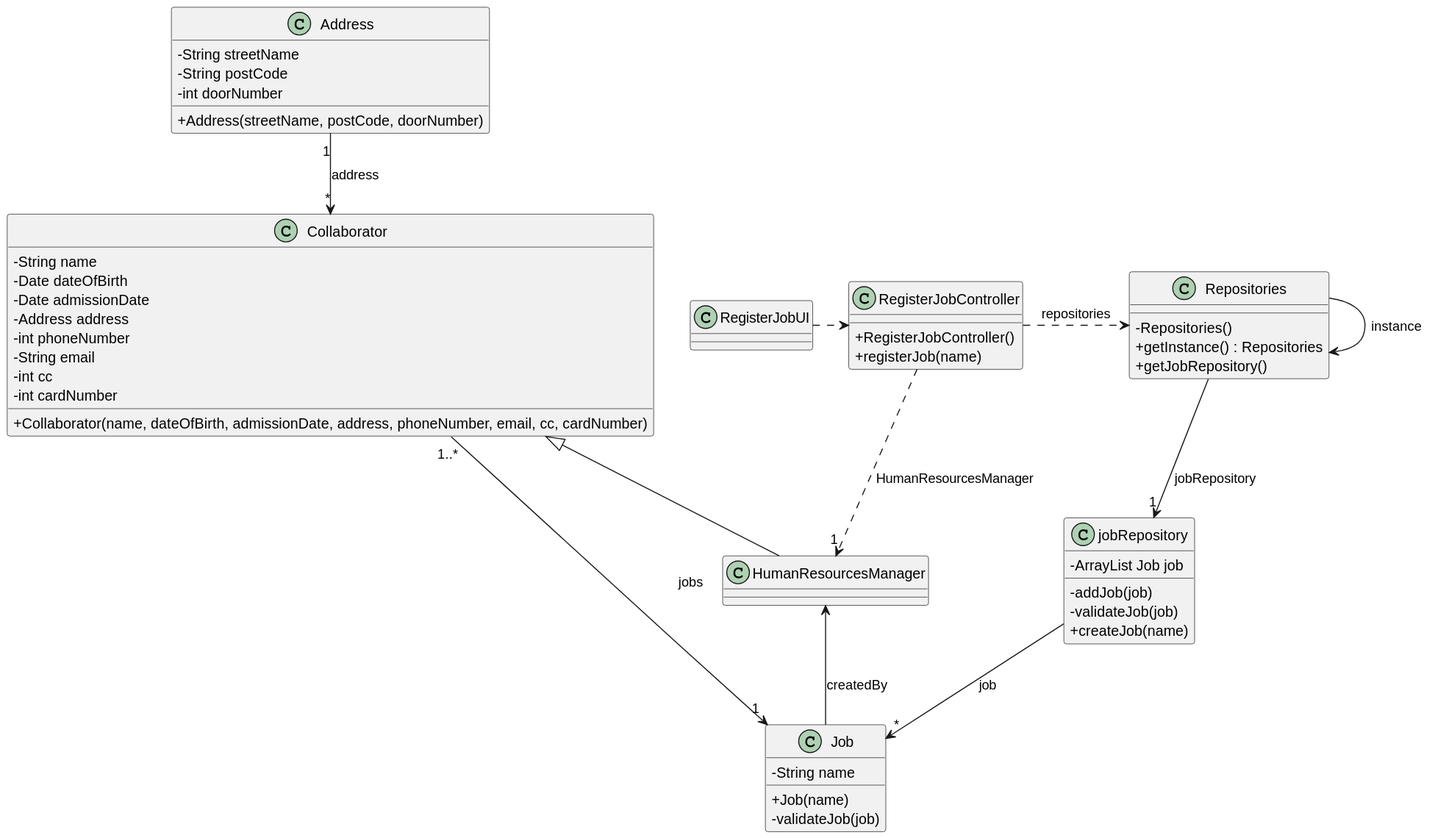
The PlantUML diagram docs/sprint2/us02/03.design/svg/us02-class-diagram.svg in Departamento-de-Engenharia-Informatica/lei-24-s2-1db-g022, before a commit.
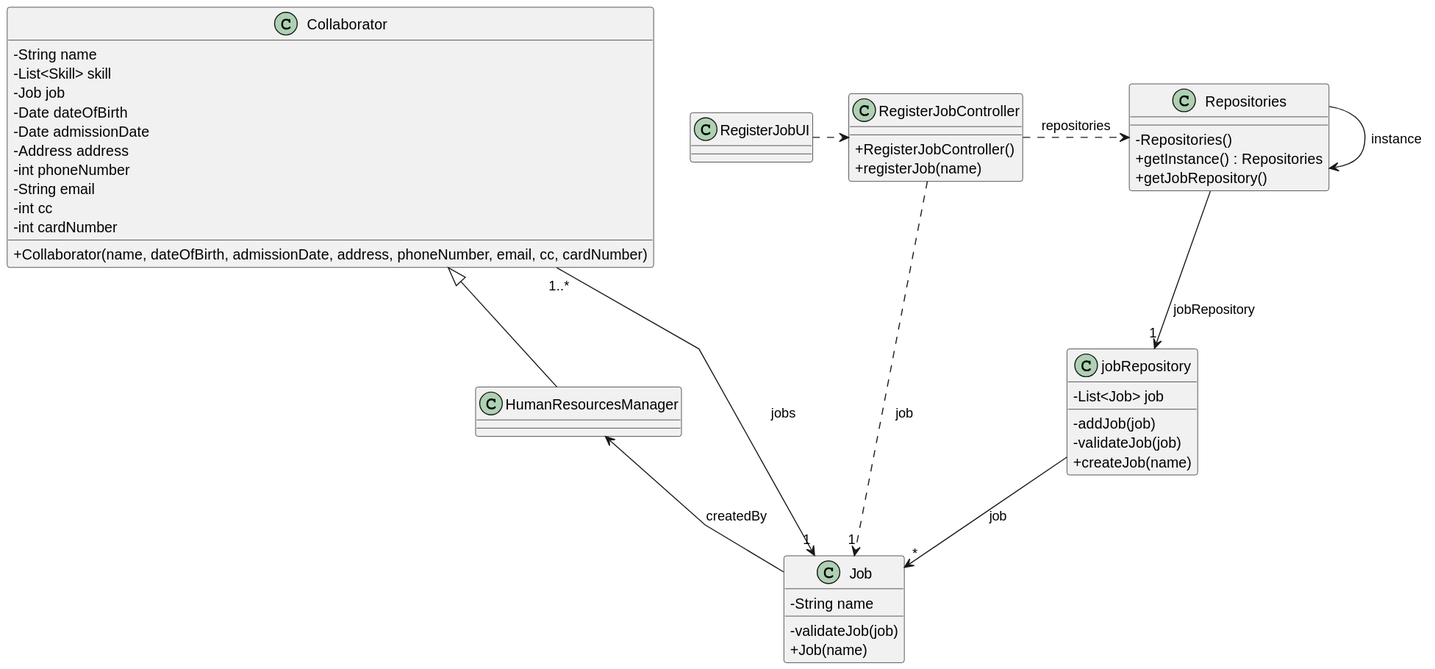
The same file after the commit.

Commit message:
correction of US02 class diagram and adding a question and its answer to requirements engineering correction of US06 class diagram

Diff of the diagram source:
```diff
@@ -7,16 +7,16 @@
 
 
 class Job {
-    - String name
+    -String name
 
-    + Job(name)
-    - validateJob(job)
+    -validateJob(job)
+    +Job(name)
 }
 
 class RegisterJobController {
 
-    + RegisterJobController()
-    + registerJob(name)
+    +RegisterJobController()
+    +registerJob(name)
 }
 
 class RegisterJobUI {
@@ -24,6 +24,8 @@
 
 class Collaborator {
     -String name
+    -List<Skill> skill
+    -Job job
     -Date dateOfBirth
     -Date admissionDate
     -Address address
@@ -32,15 +34,7 @@
     -int cc
     -int cardNumber
 
-    + Collaborator(name, dateOfBirth, admissionDate, address, phoneNumber, email, cc, cardNumber)
-}
-
-class Address{
-    -String streetName
-    -String postCode
-    -int doorNumber
-
-    +Address(streetName, postCode, doorNumber)
+    +Collaborator(name, dateOfBirth, admissionDate, address, phoneNumber, email, cc, cardNumber)
 }
 
 class HumanResourcesManager {
@@ -48,27 +42,31 @@
 
 class Repositories {
 
-    - Repositories()
-    + getInstance() : Repositories
-    + getJobRepository()
+    -Repositories()
+    +getInstance() : Repositories
+    +getJobRepository()
 }
 
 class jobRepository {
-    - ArrayList Job job
+    -List<Job> job
 
-    - addJob(job)
-    - validateJob(job)
-    + createJob(name)
+    -addJob(job)
+    -validateJob(job)
+    +createJob(name)
 }
 
 RegisterJobController .> Repositories : repositories
+RegisterJobController ..> "1" Job : job
+
 RegisterJobUI .> RegisterJobController
+
 Repositories -> Repositories : instance
 Repositories --> "1" jobRepository : jobRepository
+
 jobRepository --> "*" Job : job
+
 Collaborator  <|--  HumanResourcesManager
-RegisterJobController ..> "1" HumanResourcesManager : HumanResourcesManager
+Collaborator "1..*" --> "1" Job : jobs
+
 HumanResourcesManager <--  Job: createdBy
-Collaborator "1..*" --> "1" Job : jobs
-Address "1" --> "*" Collaborator : address
 @enduml
```
